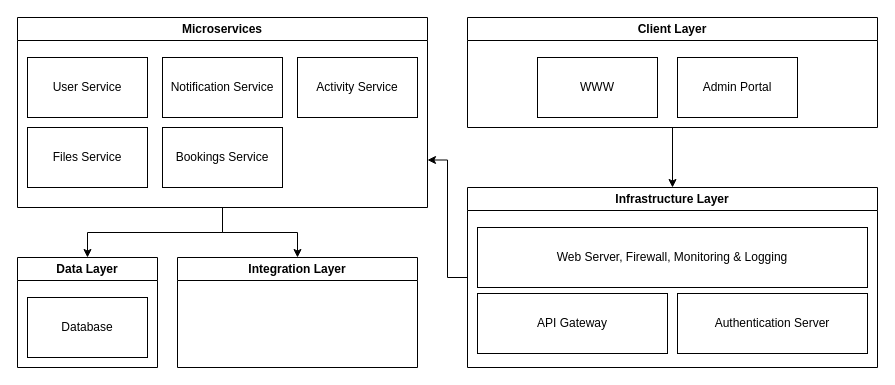
Storio-Asia/palletcloud-project-adr keeps this draw.io diagram as page "High Level Archtecture" (2 of 3) of diagrams/_source/PalletCloud-Flows.drawio. Above is the earlier version. Source tidied: cells renumbered, new cells numbered last; positions are measured from the earlier drawing's top-left corner, leaving out a move shared by most shapes. Both pictures are drawn from the tidied source at 100%, with x=0, y=0 at pixel (17, 17).
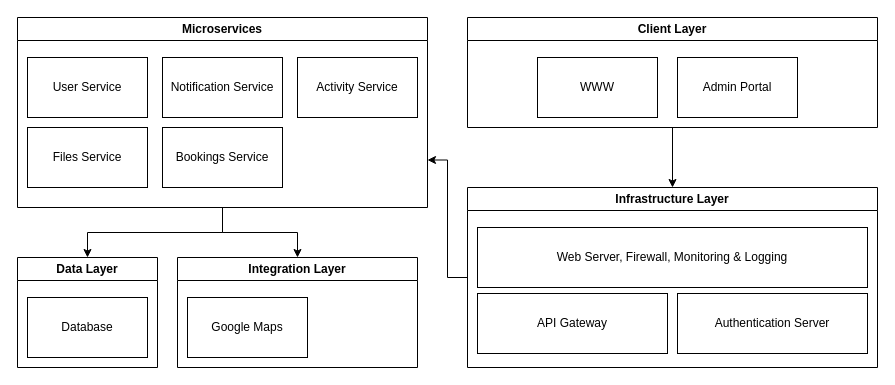
Above is the later version.

Commit message (it also covers changes not shown here):
update: system design diagrams to improve clarity and detail, including adjustments to the High Level Architecture and the addition of Google Maps integration in the PalletCloud flows.

Unchanged cells that the change refers to:
```xml
<mxCell id="19" value="Integration Layer" style="swimlane;whiteSpace=wrap;html=1;" parent="1" vertex="1">
  <mxGeometry x="160" y="240" width="240" height="110" as="geometry" />
</mxCell>
```

The edit, as a diff of the source:
```diff
@@
+    <mxCell id="25" value="Google Maps" style="rounded=0;whiteSpace=wrap;html=1;" parent="19" vertex="1">
+      <mxGeometry x="10" y="40" width="120" height="60" as="geometry" />
+    </mxCell>
```
